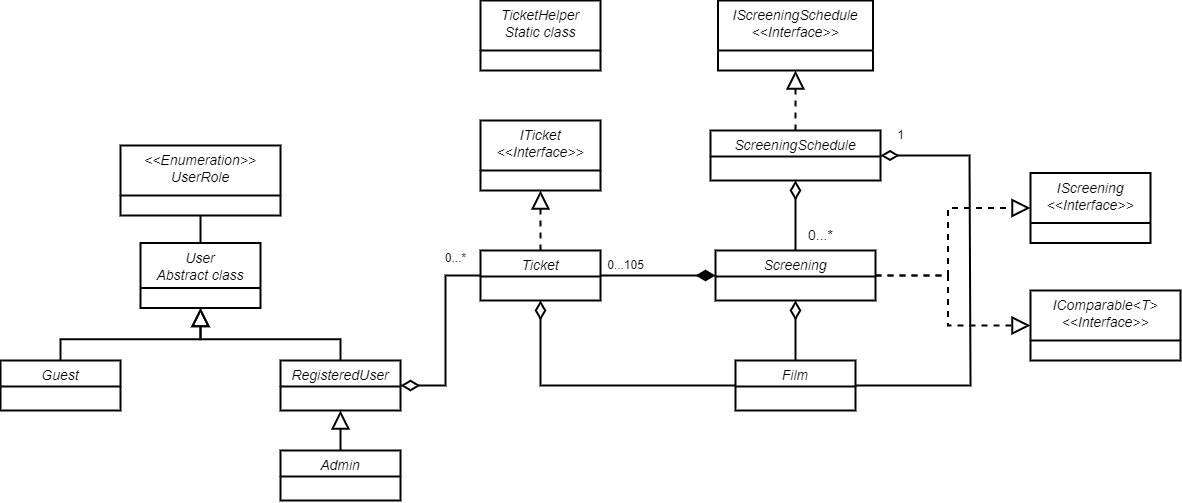
Before: Діаграма класів.drawio.png, a diagram exported from draw.io (AOLytvynov/OOP_Project). Source tidied: cells renumbered, new cells last; positions are measured from the earlier drawing's top-left corner, leaving out a move shared by most shapes.
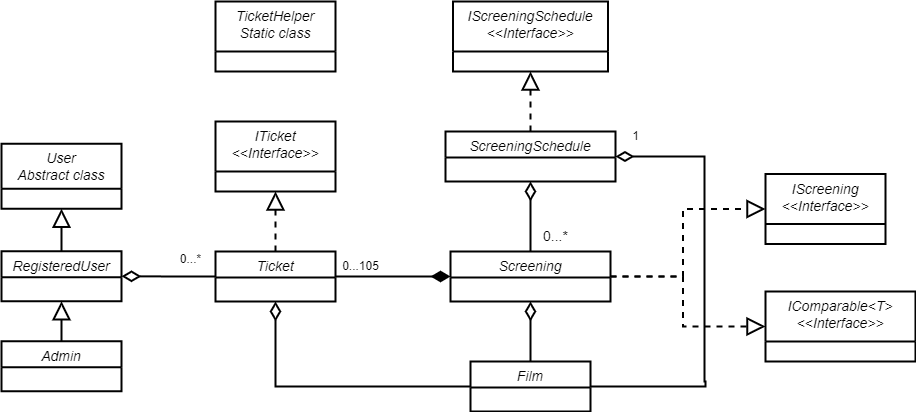
The same diagram one commit later.

Commit message:
Update Mind Map and class diagram

Diff of the diagram source:
```diff
@@ -55,31 +55,19 @@
       <mxGeometry x="595" y="250" width="60" height="30" as="geometry" />
     </mxCell>
     <mxCell id="17" value="User&#10;Abstract class" style="swimlane;fontStyle=2;align=center;verticalAlign=top;horizontal=1;startSize=45;rounded=0;shadow=0;strokeWidth=2;fontSize=14;" parent="1" vertex="1">
-      <mxGeometry x="140" y="242.5" width="120" height="65" as="geometry" />
+      <mxGeometry x="266" y="142.2" width="120" height="65" as="geometry" />
     </mxCell>
-    <mxCell id="18" style="edgeStyle=orthogonalEdgeStyle;rounded=0;jettySize=auto;html=1;exitX=0.5;exitY=1;exitDx=0;exitDy=0;entryX=0.5;entryY=0;entryDx=0;entryDy=0;endArrow=none;endFill=0;strokeWidth=2;" parent="1" edge="1" source="19" target="17">
-      <mxGeometry relative="1" as="geometry" />
-    </mxCell>
-    <mxCell id="19" value="&lt;&lt;Enumeration&gt;&gt;&#10;UserRole" style="swimlane;fontStyle=2;align=center;verticalAlign=top;horizontal=1;startSize=50;rounded=0;shadow=0;strokeWidth=2;fontSize=14;" parent="1" vertex="1">
-      <mxGeometry x="120" y="145" width="160" height="70" as="geometry" />
-    </mxCell>
-    <mxCell id="20" style="edgeStyle=orthogonalEdgeStyle;rounded=0;jettySize=auto;html=1;exitX=0.5;exitY=0;exitDx=0;exitDy=0;entryX=0.5;entryY=1;entryDx=0;entryDy=0;endArrow=block;endFill=0;strokeWidth=2;endSize=14;" parent="1" edge="1" source="21" target="17">
-      <mxGeometry relative="1" as="geometry" />
-    </mxCell>
-    <mxCell id="21" value="Guest" style="swimlane;fontStyle=2;align=center;verticalAlign=top;horizontal=1;startSize=26;rounded=0;shadow=0;strokeWidth=2;fontSize=14;" parent="1" vertex="1">
-      <mxGeometry y="360" width="120" height="50" as="geometry" />
-    </mxCell>
     <mxCell id="22" style="edgeStyle=orthogonalEdgeStyle;rounded=0;jettySize=auto;html=1;exitX=0.5;exitY=0;exitDx=0;exitDy=0;entryX=0.5;entryY=1;entryDx=0;entryDy=0;endArrow=block;endFill=0;strokeWidth=2;endSize=14;" parent="1" edge="1" source="23" target="17">
       <mxGeometry relative="1" as="geometry" />
     </mxCell>
     <mxCell id="23" value="RegisteredUser&#10;" style="swimlane;fontStyle=2;align=center;verticalAlign=top;horizontal=1;startSize=26;rounded=0;shadow=0;strokeWidth=2;fontSize=14;" parent="1" vertex="1">
-      <mxGeometry x="280" y="360" width="120" height="50" as="geometry" />
+      <mxGeometry x="266" y="249.8" width="120" height="50" as="geometry" />
     </mxCell>
     <mxCell id="24" style="edgeStyle=orthogonalEdgeStyle;rounded=0;jettySize=auto;html=1;exitX=0.5;exitY=0;exitDx=0;exitDy=0;entryX=0.5;entryY=1;entryDx=0;entryDy=0;endSize=14;strokeWidth=2;endArrow=block;endFill=0;" parent="1" edge="1" source="25" target="23">
       <mxGeometry relative="1" as="geometry" />
     </mxCell>
     <mxCell id="25" value="Admin&#10;" style="swimlane;fontStyle=2;align=center;verticalAlign=top;horizontal=1;startSize=26;rounded=0;shadow=0;strokeWidth=2;fontSize=14;" parent="1" vertex="1">
-      <mxGeometry x="280" y="450" width="120" height="50" as="geometry" />
+      <mxGeometry x="266" y="339.8" width="120" height="50" as="geometry" />
     </mxCell>
     <mxCell id="26" value="0...*" style="text;html=1;align=center;verticalAlign=middle;strokeColor=none;fillColor=none;" parent="1" vertex="1">
       <mxGeometry x="435" y="242.5" width="40" height="30" as="geometry" />
```
